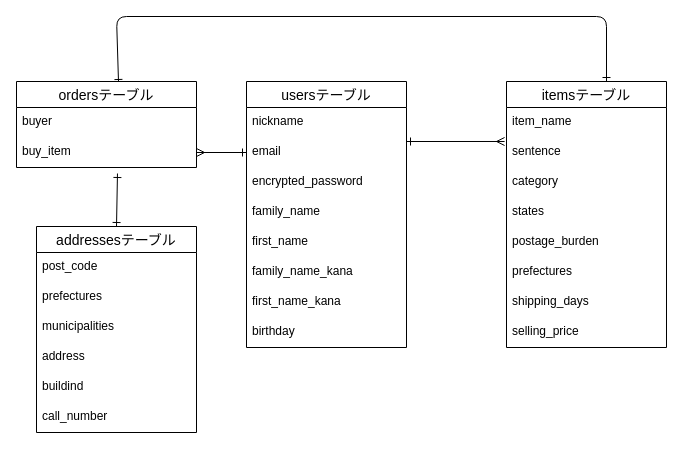
Earlier version of the draw.io diagram furima.dio (Shibasaki-Suzuka/furima-39101). Source tidied: cells renumbered, new cells numbered last; positions are measured from the earlier drawing's top-left corner, leaving out a move shared by most shapes. Both pictures are drawn from the tidied source at 100%, with x=0, y=0 at pixel (16, 16).
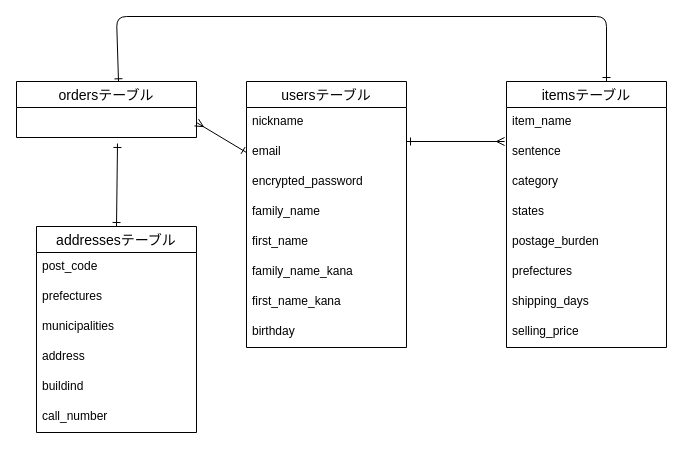
The same page after the edit.

The change refers to these unchanged cells:
```xml
<mxCell id="4" value="email" style="text;strokeColor=none;fillColor=none;spacingLeft=4;spacingRight=4;overflow=hidden;points=[[0,0.5],[1,0.5]];portConstraint=eastwest;fontSize=12;rounded=0;" parent="2" vertex="1">
  <mxGeometry y="56" width="160" height="30" as="geometry" />
</mxCell>
```

Diff of the diagram source:
```diff
@@
     <mxCell id="28" value="ordersテーブル" style="swimlane;fontStyle=0;horizontal=1;startSize=26;align=center;fontSize=14;rounded=0;" parent="1" vertex="1">
-      <mxGeometry y="65" width="180" height="86" as="geometry" />
+      <mxGeometry y="65" width="180" height="56" as="geometry" />
     </mxCell>
-    <mxCell id="29" value="buyer" style="text;strokeColor=none;fillColor=none;spacingLeft=4;spacingRight=4;overflow=hidden;fontSize=12;rounded=0;" parent="28" vertex="1">
-      <mxGeometry y="26" width="180" height="30" as="geometry" />
-    </mxCell>
-    <mxCell id="30" value="buy_item" style="text;strokeColor=none;fillColor=none;spacingLeft=4;spacingRight=4;overflow=hidden;points=[[0,0.5],[1,0.5]];portConstraint=eastwest;fontSize=12;rounded=0;" parent="28" vertex="1">
-      <mxGeometry y="56" width="180" height="30" as="geometry" />
-    </mxCell>
@@
-    <mxCell id="32" style="edgeStyle=none;html=1;exitX=1;exitY=0.5;exitDx=0;exitDy=0;entryX=0;entryY=0.5;entryDx=0;entryDy=0;startArrow=ERmany;startFill=0;endArrow=ERone;endFill=0;" parent="1" edge="1" source="30" target="4">
-      <mxGeometry relative="1" as="geometry" />
+    <mxCell id="32" style="edgeStyle=none;html=1;exitX=1;exitY=0.5;exitDx=0;exitDy=0;entryX=0;entryY=0.5;entryDx=0;entryDy=0;startArrow=ERmany;startFill=0;endArrow=ERone;endFill=0;" parent="1" edge="1" target="4">
+      <mxGeometry relative="1" as="geometry">
+        <mxPoint x="180" y="106" as="sourcePoint" />
+      </mxGeometry>
     </mxCell>
-    <mxCell id="33" style="edgeStyle=none;html=1;entryX=0.561;entryY=1.2;entryDx=0;entryDy=0;startArrow=ERone;startFill=0;endArrow=ERone;endFill=0;entryPerimeter=0;" parent="1" edge="1" target="30">
+    <mxCell id="33" style="edgeStyle=none;html=1;entryX=0.561;entryY=1.2;entryDx=0;entryDy=0;startArrow=ERone;startFill=0;endArrow=ERone;endFill=0;entryPerimeter=0;" parent="1" edge="1">
       <mxGeometry relative="1" as="geometry">
         <mxPoint x="100" y="210" as="sourcePoint" />
+        <mxPoint x="101" y="127" as="targetPoint" />
       </mxGeometry>
     </mxCell>
```
